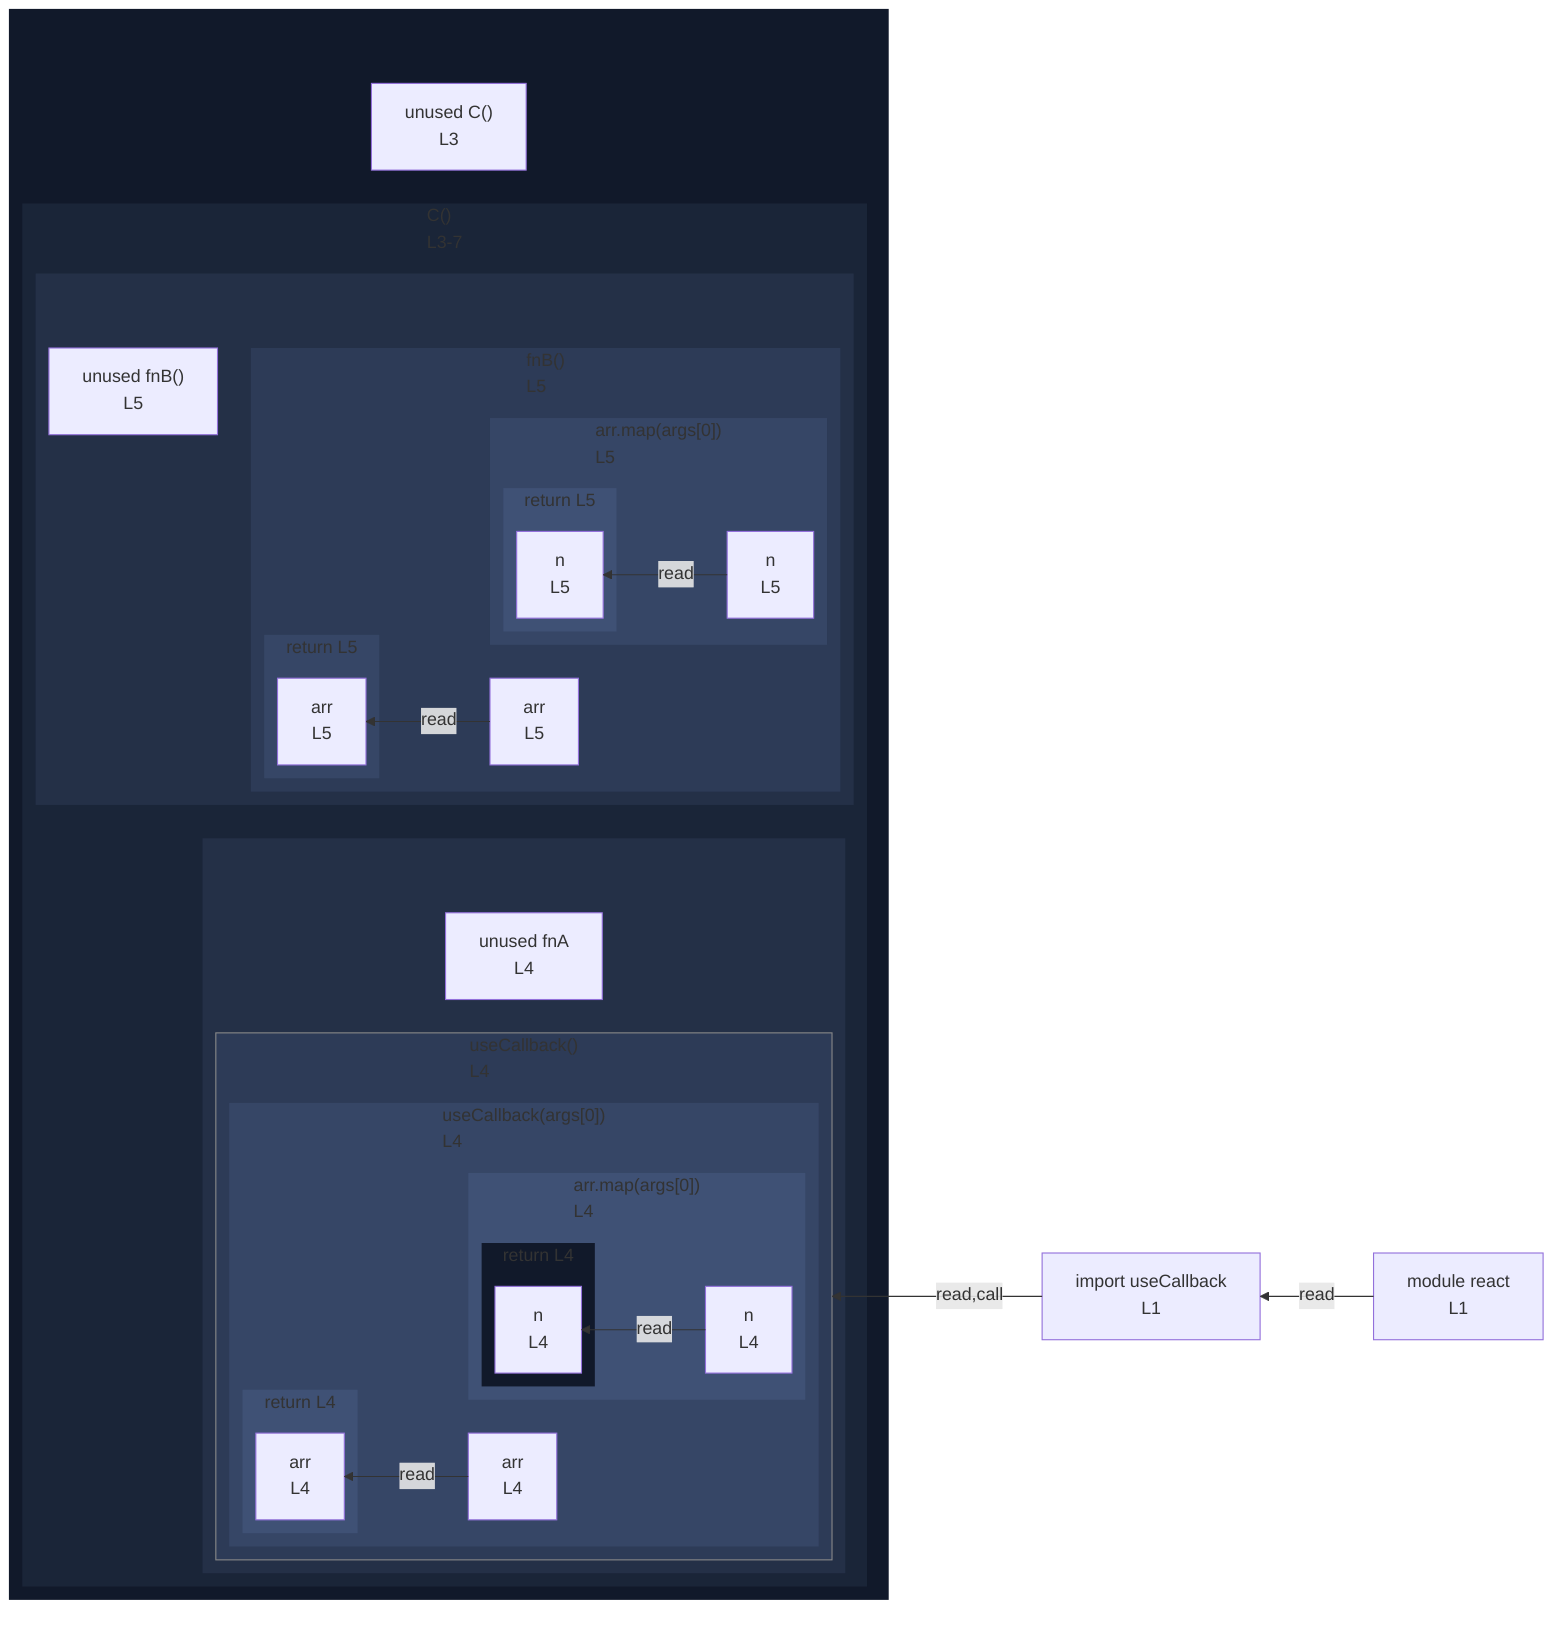
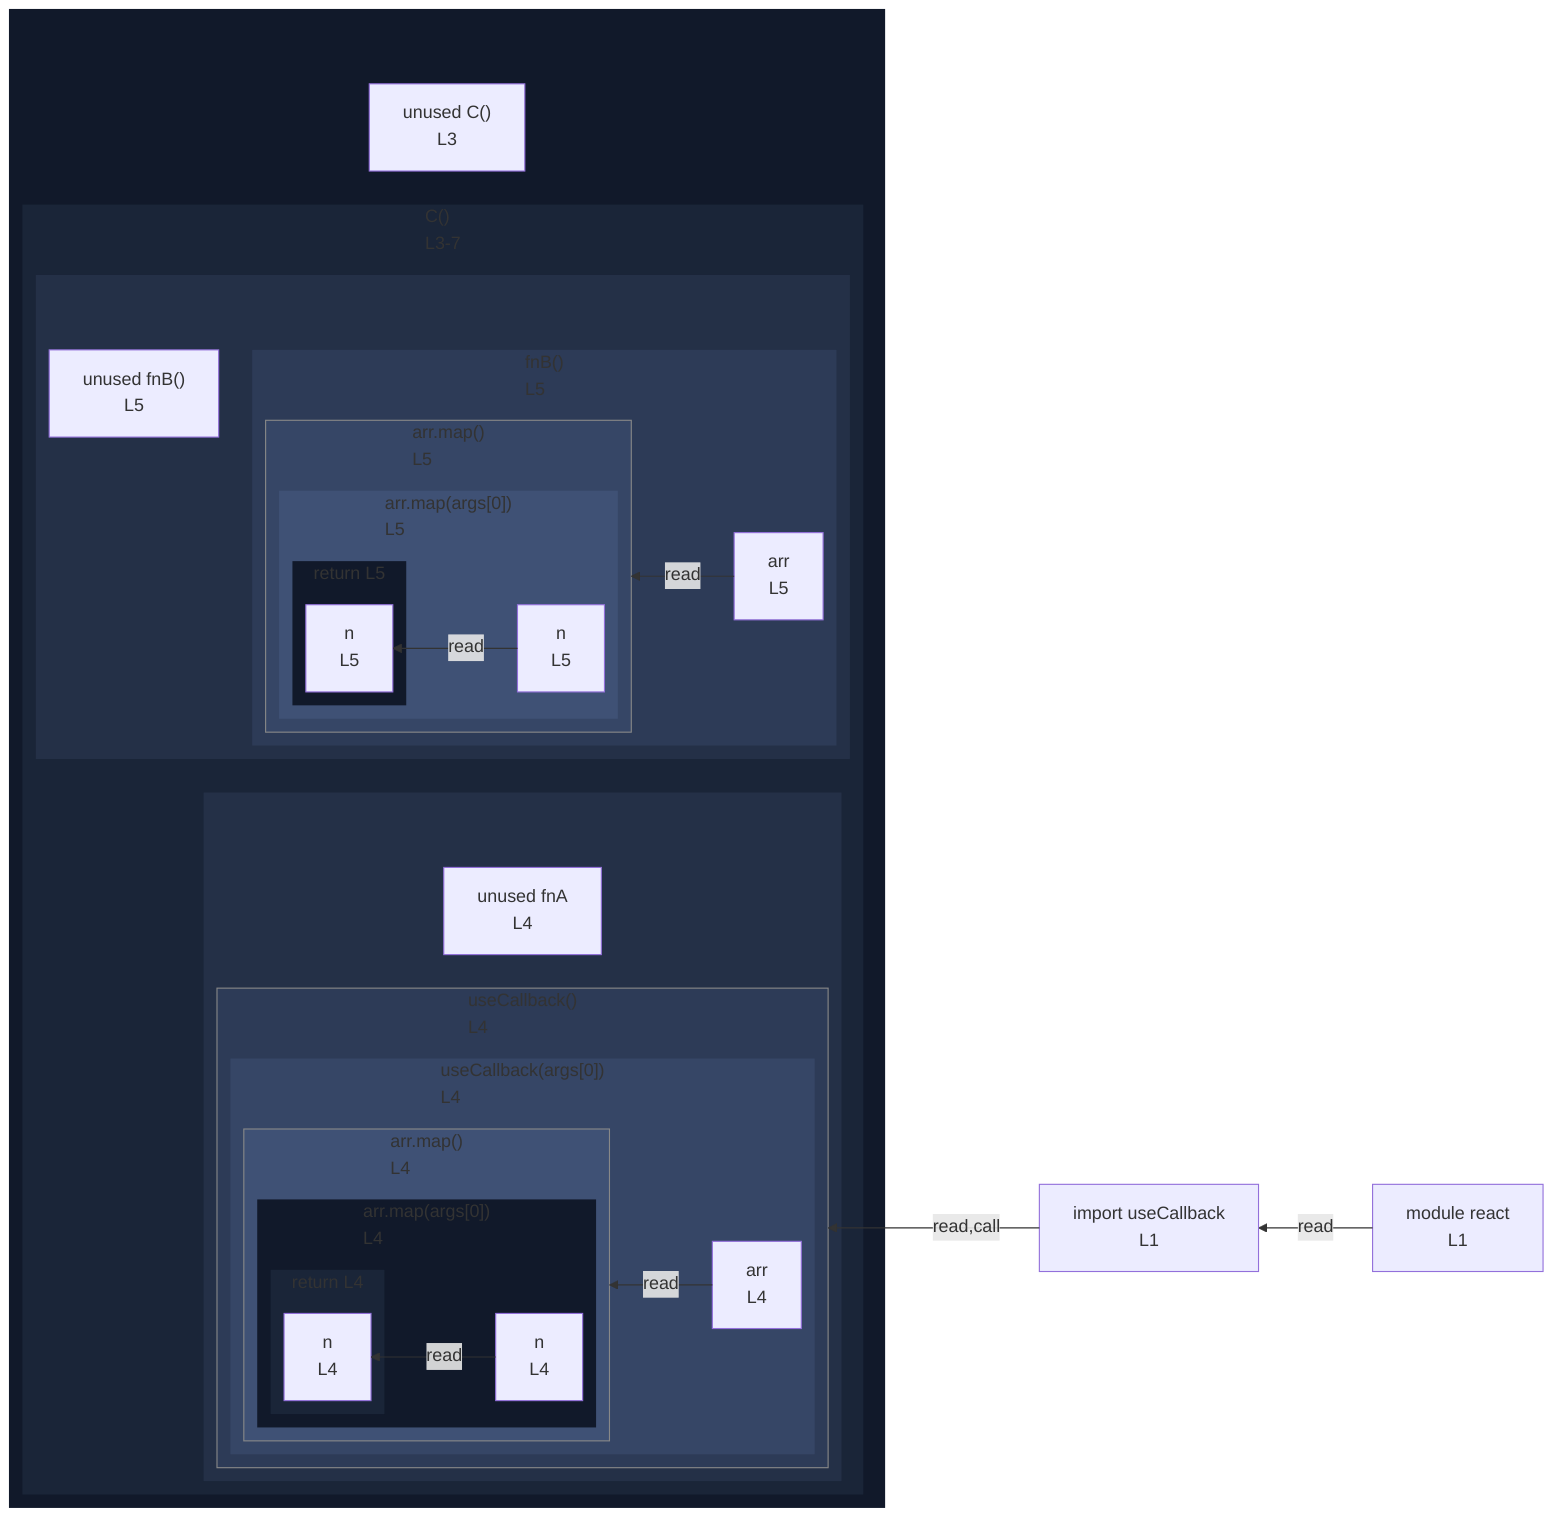
%%{init: {"flowchart": {"defaultRenderer": "elk"}}}%%
flowchart RL
  n_scope_0_useCallback_9["import useCallback<br/>L1"]
  subgraph wrap_s_scope_1[" "]
    direction TB
    n_scope_0_C_44["unused C()<br/>L3"]
    subgraph s_scope_1["C()<br/>L3-7"]
      direction RL
      subgraph wrap_call_proxy_70[" "]
        direction TB
        n_scope_1_fnA_64["unused fnA<br/>L4"]
        subgraph call_proxy_70["useCallback()<br/>L4"]
          direction RL
          subgraph s_scope_2["useCallback(args[0])<br/>L4"]
            direction RL
            n_scope_2_arr_83["arr<br/>L4"]
-             subgraph s_scope_3["arr.map(args[0])<br/>L4"]
+             subgraph call_proxy_101["arr.map()<br/>L4"]
              direction RL
-               n_scope_3_n_110["n<br/>L4"]
-               subgraph s_return_scope_0_C_44_116_121["return L4"]
+               subgraph s_scope_3["arr.map(args[0])<br/>L4"]
                direction RL
-                 ret_use_ref_4["n<br/>L4"]
+                 n_scope_3_n_110["n<br/>L4"]
+                 subgraph s_return_scope_0_C_44_116_121["return L4"]
+                   direction RL
+                   ret_use_ref_4["n<br/>L4"]
+                 end
              end
-             end
-             subgraph s_return_scope_0_C_44_101_122["return L4"]
-               direction RL
-               ret_use_ref_3["arr<br/>L4"]
            end
          end
        end
      end
      subgraph wrap_s_scope_4[" "]
        direction TB
        n_scope_1_fnB_137["unused fnB()<br/>L5"]
        subgraph s_scope_4["fnB()<br/>L5"]
          direction RL
          n_scope_4_arr_144["arr<br/>L5"]
-           subgraph s_scope_5["arr.map(args[0])<br/>L5"]
+           subgraph call_proxy_162["arr.map()<br/>L5"]
            direction RL
-             n_scope_5_n_171["n<br/>L5"]
-             subgraph s_return_scope_1_fnB_137_177_182["return L5"]
+             subgraph s_scope_5["arr.map(args[0])<br/>L5"]
              direction RL
-               ret_use_ref_7["n<br/>L5"]
+               n_scope_5_n_171["n<br/>L5"]
+               subgraph s_return_scope_1_fnB_137_177_182["return L5"]
+                 direction RL
+                 ret_use_ref_7["n<br/>L5"]
+               end
            end
-           end
-           subgraph s_return_scope_1_fnB_137_162_183["return L5"]
-             direction RL
-             ret_use_ref_6["arr<br/>L5"]
          end
        end
      end
    end
  end
  n_scope_0_useCallback_9 -->|read,call| call_proxy_70
-   n_scope_2_arr_83 -->|read| ret_use_ref_3
+   n_scope_2_arr_83 -->|read| call_proxy_101
  n_scope_3_n_110 -->|read| ret_use_ref_4
-   n_scope_4_arr_144 -->|read| ret_use_ref_6
+   n_scope_4_arr_144 -->|read| call_proxy_162
  n_scope_5_n_171 -->|read| ret_use_ref_7
  mod_react["module react<br/>L1"]
  mod_react -->|read| n_scope_0_useCallback_9
  classDef nestL1 fill:#11192a,stroke:transparent;
  class wrap_s_scope_1 nestL1;
-   class s_return_scope_0_C_44_116_121 nestL1;
+   class s_scope_3 nestL1;
+   class s_return_scope_1_fnB_137_177_182 nestL1;
  classDef nestL2 fill:#1a2538,stroke:transparent;
  class s_scope_1 nestL2;
+   class s_return_scope_0_C_44_116_121 nestL2;
  classDef nestL3 fill:#243047,stroke:transparent;
  class wrap_call_proxy_70 nestL3;
  class wrap_s_scope_4 nestL3;
  classDef nestL4 fill:#2d3b57,stroke:transparent;
  class call_proxy_70 nestL4;
  class s_scope_4 nestL4;
  classDef nestL5 fill:#364666,stroke:transparent;
  class s_scope_2 nestL5;
-   class s_scope_5 nestL5;
-   class s_return_scope_1_fnB_137_162_183 nestL5;
+   class call_proxy_162 nestL5;
  classDef nestL6 fill:#3f5175,stroke:transparent;
-   class s_scope_3 nestL6;
-   class s_return_scope_0_C_44_101_122 nestL6;
-   class s_return_scope_1_fnB_137_177_182 nestL6;
+   class call_proxy_101 nestL6;
+   class s_scope_5 nestL6;
  classDef edgeTargetSubgraph stroke:#888;
  class call_proxy_70 edgeTargetSubgraph;
+   class call_proxy_162 edgeTargetSubgraph;
+   class call_proxy_101 edgeTargetSubgraph;
